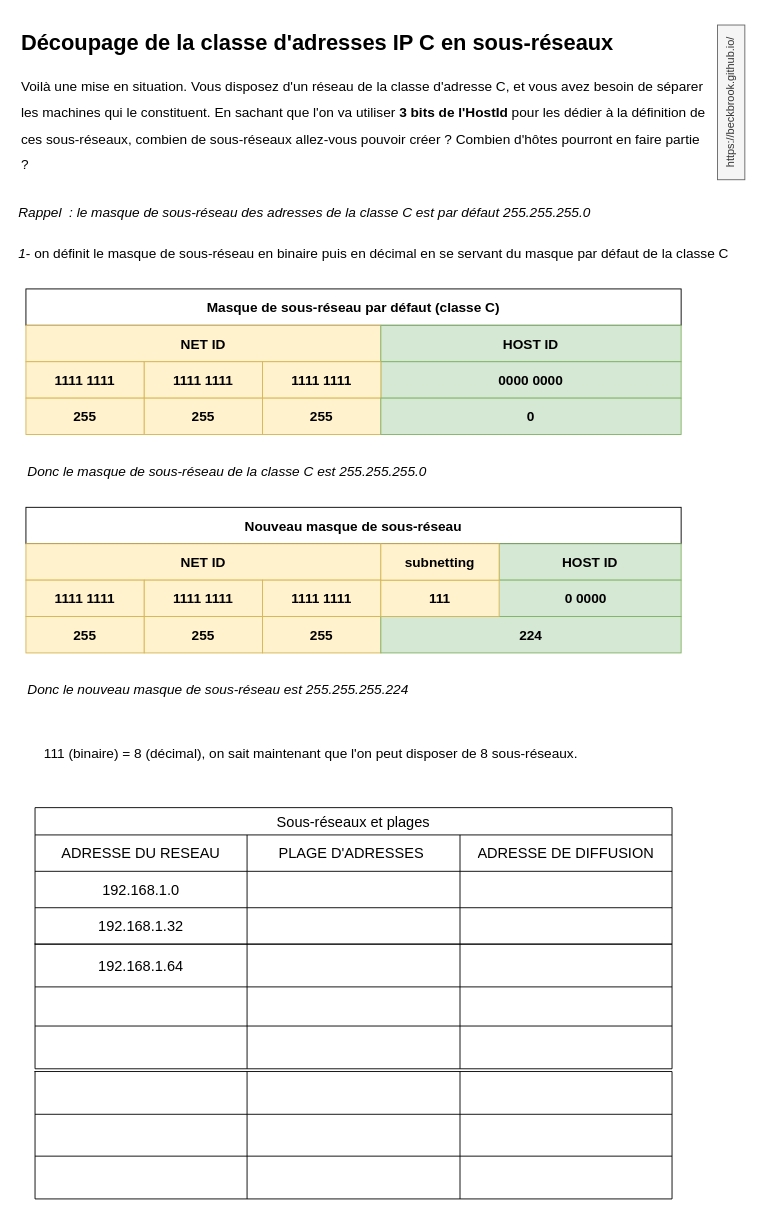
Before: img/masqueSousReseau.drawio in BeckBrook/beckbrook.github.io, a draw.io diagram. Source tidied: cells renumbered, new cells numbered last; positions are measured from the earlier drawing's top-left corner, leaving out a move shared by most shapes. Both pictures are drawn from the tidied source at 91%, with x=0, y=0 at pixel (15, 25).
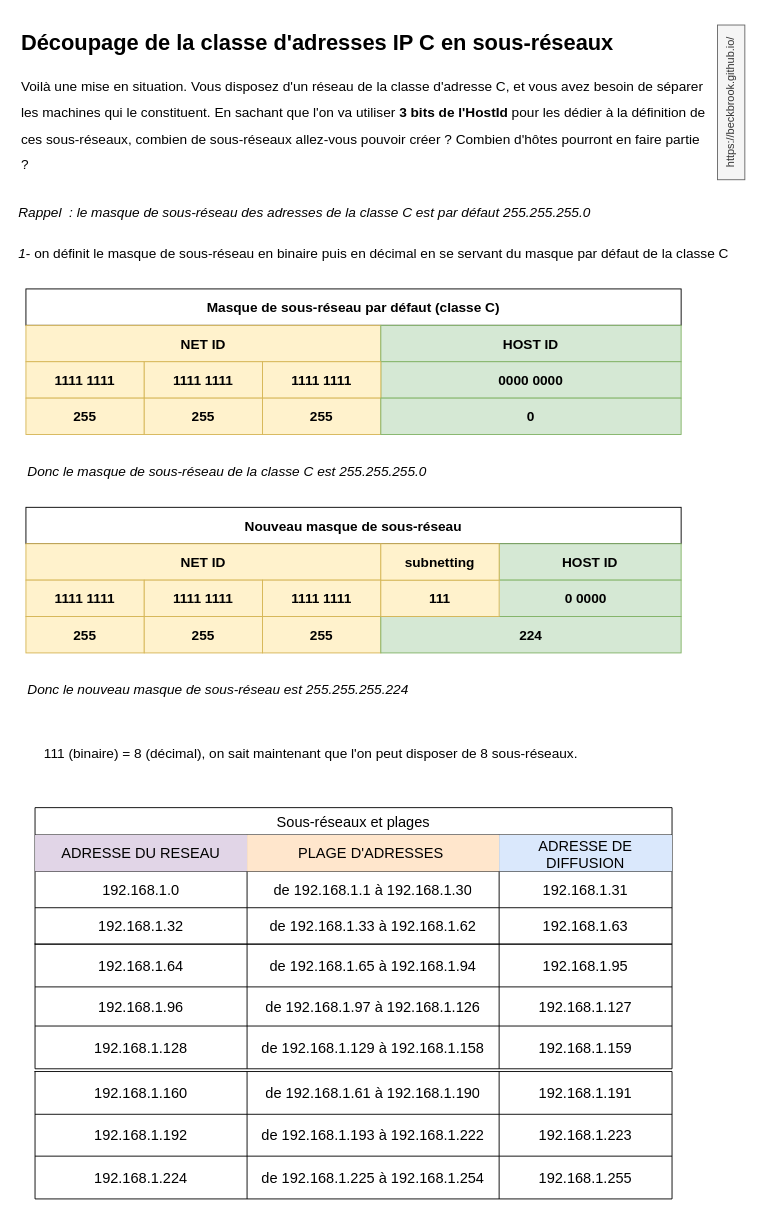
After the change.

Unchanged cells that the change refers to:
```xml
<mxCell id="33" style="shape=tableRow;horizontal=0;startSize=0;swimlaneHead=0;swimlaneBody=0;strokeColor=inherit;top=0;left=0;bottom=0;right=0;fillColor=none;fontSize=16;" parent="32" vertex="1">
  <mxGeometry y="30" width="700" height="40" as="geometry" />
</mxCell>
<mxCell id="37" style="shape=tableRow;horizontal=0;startSize=0;swimlaneHead=0;swimlaneBody=0;strokeColor=inherit;top=0;left=0;bottom=0;right=0;fillColor=none;fontSize=16;" parent="32" vertex="1">
  <mxGeometry y="70" width="700" height="40" as="geometry" />
</mxCell>
<mxCell id="41" style="shape=tableRow;horizontal=0;startSize=0;swimlaneHead=0;swimlaneBody=0;strokeColor=inherit;top=0;left=0;bottom=0;right=0;fillColor=none;fontSize=16;" parent="32" vertex="1">
  <mxGeometry y="110" width="700" height="40" as="geometry" />
</mxCell>
<mxCell id="49" style="shape=tableRow;horizontal=0;startSize=0;swimlaneHead=0;swimlaneBody=0;strokeColor=inherit;top=0;left=0;bottom=0;right=0;fillColor=none;fontSize=16;" parent="48" vertex="1">
  <mxGeometry width="700" height="47" as="geometry" />
</mxCell>
<mxCell id="53" style="shape=tableRow;horizontal=0;startSize=0;swimlaneHead=0;swimlaneBody=0;strokeColor=inherit;top=0;left=0;bottom=0;right=0;fillColor=none;fontSize=16;" parent="48" vertex="1">
  <mxGeometry y="47" width="700" height="43" as="geometry" />
</mxCell>
<mxCell id="57" style="shape=tableRow;horizontal=0;startSize=0;swimlaneHead=0;swimlaneBody=0;strokeColor=inherit;top=0;left=0;bottom=0;right=0;fillColor=none;fontSize=16;" parent="48" vertex="1">
  <mxGeometry y="90" width="700" height="47" as="geometry" />
</mxCell>
<mxCell id="62" style="shape=tableRow;horizontal=0;startSize=0;swimlaneHead=0;swimlaneBody=0;strokeColor=inherit;top=0;left=0;bottom=0;right=0;fillColor=none;fontSize=16;" parent="61" vertex="1">
  <mxGeometry width="700" height="47" as="geometry" />
</mxCell>
<mxCell id="66" style="shape=tableRow;horizontal=0;startSize=0;swimlaneHead=0;swimlaneBody=0;strokeColor=inherit;top=0;left=0;bottom=0;right=0;fillColor=none;fontSize=16;" parent="61" vertex="1">
  <mxGeometry y="47" width="700" height="46" as="geometry" />
</mxCell>
<mxCell id="70" style="shape=tableRow;horizontal=0;startSize=0;swimlaneHead=0;swimlaneBody=0;strokeColor=inherit;top=0;left=0;bottom=0;right=0;fillColor=none;fontSize=16;" parent="61" vertex="1">
  <mxGeometry y="93" width="700" height="47" as="geometry" />
</mxCell>
```

What changed in the source:
```diff
@@
-    <mxCell id="34" value="ADRESSE DU RESEAU" style="shape=partialRectangle;html=1;whiteSpace=wrap;strokeColor=inherit;overflow=hidden;fillColor=none;top=0;left=0;bottom=0;right=0;fontSize=16;" parent="33" vertex="1">
+    <mxCell id="34" value="ADRESSE DU RESEAU" style="shape=partialRectangle;html=1;whiteSpace=wrap;strokeColor=#9673a6;overflow=hidden;fillColor=#e1d5e7;top=0;left=0;bottom=0;right=0;fontSize=16;" parent="33" vertex="1">
       <mxGeometry width="233" height="40" as="geometry" />
     </mxCell>
-    <mxCell id="35" value="PLAGE D'ADRESSES&amp;nbsp;" style="shape=partialRectangle;html=1;whiteSpace=wrap;strokeColor=inherit;overflow=hidden;fillColor=none;top=0;left=0;bottom=0;right=0;fontSize=16;" parent="33" vertex="1">
-      <mxGeometry x="233" width="234" height="40" as="geometry" />
+    <mxCell id="35" value="PLAGE D'ADRESSES&amp;nbsp;" style="shape=partialRectangle;html=1;whiteSpace=wrap;strokeColor=#d79b00;overflow=hidden;fillColor=#ffe6cc;top=0;left=0;bottom=0;right=0;fontSize=16;" parent="33" vertex="1">
+      <mxGeometry x="233" width="277" height="40" as="geometry" />
     </mxCell>
-    <mxCell id="36" value="ADRESSE DE DIFFUSION" style="shape=partialRectangle;html=1;whiteSpace=wrap;strokeColor=inherit;overflow=hidden;fillColor=none;top=0;left=0;bottom=0;right=0;fontSize=16;" parent="33" vertex="1">
-      <mxGeometry x="467" width="233" height="40" as="geometry" />
+    <mxCell id="36" value="ADRESSE DE DIFFUSION" style="shape=partialRectangle;html=1;whiteSpace=wrap;strokeColor=#6c8ebf;overflow=hidden;fillColor=#dae8fc;top=0;left=0;bottom=0;right=0;fontSize=16;" parent="33" vertex="1">
+      <mxGeometry x="510" width="190" height="40" as="geometry" />
     </mxCell>
@@
-    <mxCell id="39" style="shape=partialRectangle;html=1;whiteSpace=wrap;strokeColor=inherit;overflow=hidden;fillColor=none;top=0;left=0;bottom=0;right=0;fontSize=16;" parent="37" vertex="1">
-      <mxGeometry x="233" width="234" height="40" as="geometry" />
+    <mxCell id="39" value="de 192.168.1.1 à 192.168.1.30" style="shape=partialRectangle;html=1;whiteSpace=wrap;strokeColor=inherit;overflow=hidden;fillColor=none;top=0;left=0;bottom=0;right=0;fontSize=16;" parent="37" vertex="1">
+      <mxGeometry x="233" width="277" height="40" as="geometry" />
     </mxCell>
-    <mxCell id="40" style="shape=partialRectangle;html=1;whiteSpace=wrap;strokeColor=inherit;overflow=hidden;fillColor=none;top=0;left=0;bottom=0;right=0;fontSize=16;" parent="37" vertex="1">
-      <mxGeometry x="467" width="233" height="40" as="geometry" />
+    <mxCell id="40" value="192.168.1.31" style="shape=partialRectangle;html=1;whiteSpace=wrap;strokeColor=inherit;overflow=hidden;fillColor=none;top=0;left=0;bottom=0;right=0;fontSize=16;" parent="37" vertex="1">
+      <mxGeometry x="510" width="190" height="40" as="geometry" />
     </mxCell>
@@
-    <mxCell id="43" style="shape=partialRectangle;html=1;whiteSpace=wrap;strokeColor=inherit;overflow=hidden;fillColor=none;top=0;left=0;bottom=0;right=0;fontSize=16;" parent="41" vertex="1">
-      <mxGeometry x="233" width="234" height="40" as="geometry" />
+    <mxCell id="43" value="de 192.168.1.33 à 192.168.1.62" style="shape=partialRectangle;html=1;whiteSpace=wrap;strokeColor=inherit;overflow=hidden;fillColor=none;top=0;left=0;bottom=0;right=0;fontSize=16;" parent="41" vertex="1">
+      <mxGeometry x="233" width="277" height="40" as="geometry" />
     </mxCell>
-    <mxCell id="44" style="shape=partialRectangle;html=1;whiteSpace=wrap;strokeColor=inherit;overflow=hidden;fillColor=none;top=0;left=0;bottom=0;right=0;fontSize=16;" parent="41" vertex="1">
-      <mxGeometry x="467" width="233" height="40" as="geometry" />
+    <mxCell id="44" value="192.168.1.63" style="shape=partialRectangle;html=1;whiteSpace=wrap;strokeColor=inherit;overflow=hidden;fillColor=none;top=0;left=0;bottom=0;right=0;fontSize=16;" parent="41" vertex="1">
+      <mxGeometry x="510" width="190" height="40" as="geometry" />
     </mxCell>
@@
-    <mxCell id="51" style="shape=partialRectangle;html=1;whiteSpace=wrap;strokeColor=inherit;overflow=hidden;fillColor=none;top=0;left=0;bottom=0;right=0;fontSize=16;" parent="49" vertex="1">
-      <mxGeometry x="233" width="234" height="47" as="geometry" />
+    <mxCell id="51" value="de 192.168.1.65 à 192.168.1.94" style="shape=partialRectangle;html=1;whiteSpace=wrap;strokeColor=inherit;overflow=hidden;fillColor=none;top=0;left=0;bottom=0;right=0;fontSize=16;" parent="49" vertex="1">
+      <mxGeometry x="233" width="277" height="47" as="geometry" />
     </mxCell>
-    <mxCell id="52" style="shape=partialRectangle;html=1;whiteSpace=wrap;strokeColor=inherit;overflow=hidden;fillColor=none;top=0;left=0;bottom=0;right=0;fontSize=16;" parent="49" vertex="1">
-      <mxGeometry x="467" width="233" height="47" as="geometry" />
+    <mxCell id="52" value="192.168.1.95" style="shape=partialRectangle;html=1;whiteSpace=wrap;strokeColor=inherit;overflow=hidden;fillColor=none;top=0;left=0;bottom=0;right=0;fontSize=16;" parent="49" vertex="1">
+      <mxGeometry x="510" width="190" height="47" as="geometry" />
     </mxCell>
@@
-    <mxCell id="54" style="shape=partialRectangle;html=1;whiteSpace=wrap;strokeColor=inherit;overflow=hidden;fillColor=none;top=0;left=0;bottom=0;right=0;fontSize=16;" parent="53" vertex="1">
+    <mxCell id="54" value="192.168.1.96" style="shape=partialRectangle;html=1;whiteSpace=wrap;strokeColor=inherit;overflow=hidden;fillColor=none;top=0;left=0;bottom=0;right=0;fontSize=16;" parent="53" vertex="1">
       <mxGeometry width="233" height="43" as="geometry" />
     </mxCell>
-    <mxCell id="55" style="shape=partialRectangle;html=1;whiteSpace=wrap;strokeColor=inherit;overflow=hidden;fillColor=none;top=0;left=0;bottom=0;right=0;fontSize=16;" parent="53" vertex="1">
-      <mxGeometry x="233" width="234" height="43" as="geometry" />
+    <mxCell id="55" value="de 192.168.1.97 à 192.168.1.126" style="shape=partialRectangle;html=1;whiteSpace=wrap;strokeColor=inherit;overflow=hidden;fillColor=none;top=0;left=0;bottom=0;right=0;fontSize=16;" parent="53" vertex="1">
+      <mxGeometry x="233" width="277" height="43" as="geometry" />
     </mxCell>
-    <mxCell id="56" style="shape=partialRectangle;html=1;whiteSpace=wrap;strokeColor=inherit;overflow=hidden;fillColor=none;top=0;left=0;bottom=0;right=0;fontSize=16;" parent="53" vertex="1">
-      <mxGeometry x="467" width="233" height="43" as="geometry" />
+    <mxCell id="56" value="192.168.1.127" style="shape=partialRectangle;html=1;whiteSpace=wrap;strokeColor=inherit;overflow=hidden;fillColor=none;top=0;left=0;bottom=0;right=0;fontSize=16;" parent="53" vertex="1">
+      <mxGeometry x="510" width="190" height="43" as="geometry" />
     </mxCell>
@@
-    <mxCell id="58" style="shape=partialRectangle;html=1;whiteSpace=wrap;strokeColor=inherit;overflow=hidden;fillColor=none;top=0;left=0;bottom=0;right=0;fontSize=16;" parent="57" vertex="1">
+    <mxCell id="58" value="192.168.1.128" style="shape=partialRectangle;html=1;whiteSpace=wrap;strokeColor=inherit;overflow=hidden;fillColor=none;top=0;left=0;bottom=0;right=0;fontSize=16;" parent="57" vertex="1">
       <mxGeometry width="233" height="47" as="geometry" />
     </mxCell>
-    <mxCell id="59" style="shape=partialRectangle;html=1;whiteSpace=wrap;strokeColor=inherit;overflow=hidden;fillColor=none;top=0;left=0;bottom=0;right=0;fontSize=16;" parent="57" vertex="1">
-      <mxGeometry x="233" width="234" height="47" as="geometry" />
+    <mxCell id="59" value="de 192.168.1.129 à 192.168.1.158" style="shape=partialRectangle;html=1;whiteSpace=wrap;strokeColor=inherit;overflow=hidden;fillColor=none;top=0;left=0;bottom=0;right=0;fontSize=16;" parent="57" vertex="1">
+      <mxGeometry x="233" width="277" height="47" as="geometry" />
     </mxCell>
-    <mxCell id="60" style="shape=partialRectangle;html=1;whiteSpace=wrap;strokeColor=inherit;overflow=hidden;fillColor=none;top=0;left=0;bottom=0;right=0;fontSize=16;" parent="57" vertex="1">
-      <mxGeometry x="467" width="233" height="47" as="geometry" />
+    <mxCell id="60" value="192.168.1.159" style="shape=partialRectangle;html=1;whiteSpace=wrap;strokeColor=inherit;overflow=hidden;fillColor=none;top=0;left=0;bottom=0;right=0;fontSize=16;" parent="57" vertex="1">
+      <mxGeometry x="510" width="190" height="47" as="geometry" />
     </mxCell>
@@
-    <mxCell id="63" style="shape=partialRectangle;html=1;whiteSpace=wrap;strokeColor=inherit;overflow=hidden;fillColor=none;top=0;left=0;bottom=0;right=0;fontSize=16;" parent="62" vertex="1">
+    <mxCell id="63" value="192.168.1.160" style="shape=partialRectangle;html=1;whiteSpace=wrap;strokeColor=inherit;overflow=hidden;fillColor=none;top=0;left=0;bottom=0;right=0;fontSize=16;" parent="62" vertex="1">
       <mxGeometry width="233" height="47" as="geometry" />
     </mxCell>
-    <mxCell id="64" style="shape=partialRectangle;html=1;whiteSpace=wrap;strokeColor=inherit;overflow=hidden;fillColor=none;top=0;left=0;bottom=0;right=0;fontSize=16;" parent="62" vertex="1">
-      <mxGeometry x="233" width="234" height="47" as="geometry" />
+    <mxCell id="64" value="de 192.168.1.61 à 192.168.1.190" style="shape=partialRectangle;html=1;whiteSpace=wrap;strokeColor=inherit;overflow=hidden;fillColor=none;top=0;left=0;bottom=0;right=0;fontSize=16;" parent="62" vertex="1">
+      <mxGeometry x="233" width="277" height="47" as="geometry" />
     </mxCell>
-    <mxCell id="65" style="shape=partialRectangle;html=1;whiteSpace=wrap;strokeColor=inherit;overflow=hidden;fillColor=none;top=0;left=0;bottom=0;right=0;fontSize=16;" parent="62" vertex="1">
-      <mxGeometry x="467" width="233" height="47" as="geometry" />
+    <mxCell id="65" value="192.168.1.191" style="shape=partialRectangle;html=1;whiteSpace=wrap;strokeColor=inherit;overflow=hidden;fillColor=none;top=0;left=0;bottom=0;right=0;fontSize=16;" parent="62" vertex="1">
+      <mxGeometry x="510" width="190" height="47" as="geometry" />
     </mxCell>
@@
-    <mxCell id="67" style="shape=partialRectangle;html=1;whiteSpace=wrap;strokeColor=inherit;overflow=hidden;fillColor=none;top=0;left=0;bottom=0;right=0;fontSize=16;" parent="66" vertex="1">
+    <mxCell id="67" value="192.168.1.192" style="shape=partialRectangle;html=1;whiteSpace=wrap;strokeColor=inherit;overflow=hidden;fillColor=none;top=0;left=0;bottom=0;right=0;fontSize=16;" parent="66" vertex="1">
       <mxGeometry width="233" height="46" as="geometry" />
     </mxCell>
-    <mxCell id="68" style="shape=partialRectangle;html=1;whiteSpace=wrap;strokeColor=inherit;overflow=hidden;fillColor=none;top=0;left=0;bottom=0;right=0;fontSize=16;" parent="66" vertex="1">
-      <mxGeometry x="233" width="234" height="46" as="geometry" />
+    <mxCell id="68" value="de 192.168.1.193 à 192.168.1.222" style="shape=partialRectangle;html=1;whiteSpace=wrap;strokeColor=inherit;overflow=hidden;fillColor=none;top=0;left=0;bottom=0;right=0;fontSize=16;" parent="66" vertex="1">
+      <mxGeometry x="233" width="277" height="46" as="geometry" />
     </mxCell>
-    <mxCell id="69" style="shape=partialRectangle;html=1;whiteSpace=wrap;strokeColor=inherit;overflow=hidden;fillColor=none;top=0;left=0;bottom=0;right=0;fontSize=16;" parent="66" vertex="1">
-      <mxGeometry x="467" width="233" height="46" as="geometry" />
+    <mxCell id="69" value="192.168.1.223" style="shape=partialRectangle;html=1;whiteSpace=wrap;strokeColor=inherit;overflow=hidden;fillColor=none;top=0;left=0;bottom=0;right=0;fontSize=16;" parent="66" vertex="1">
+      <mxGeometry x="510" width="190" height="46" as="geometry" />
     </mxCell>
@@
-    <mxCell id="71" style="shape=partialRectangle;html=1;whiteSpace=wrap;strokeColor=inherit;overflow=hidden;fillColor=none;top=0;left=0;bottom=0;right=0;fontSize=16;" parent="70" vertex="1">
+    <mxCell id="71" value="192.168.1.224" style="shape=partialRectangle;html=1;whiteSpace=wrap;strokeColor=inherit;overflow=hidden;fillColor=none;top=0;left=0;bottom=0;right=0;fontSize=16;" parent="70" vertex="1">
       <mxGeometry width="233" height="47" as="geometry" />
     </mxCell>
-    <mxCell id="72" style="shape=partialRectangle;html=1;whiteSpace=wrap;strokeColor=inherit;overflow=hidden;fillColor=none;top=0;left=0;bottom=0;right=0;fontSize=16;" parent="70" vertex="1">
-      <mxGeometry x="233" width="234" height="47" as="geometry" />
+    <mxCell id="72" value="de 192.168.1.225 à 192.168.1.254" style="shape=partialRectangle;html=1;whiteSpace=wrap;strokeColor=inherit;overflow=hidden;fillColor=none;top=0;left=0;bottom=0;right=0;fontSize=16;" parent="70" vertex="1">
+      <mxGeometry x="233" width="277" height="47" as="geometry" />
     </mxCell>
-    <mxCell id="73" style="shape=partialRectangle;html=1;whiteSpace=wrap;strokeColor=inherit;overflow=hidden;fillColor=none;top=0;left=0;bottom=0;right=0;fontSize=16;" parent="70" vertex="1">
-      <mxGeometry x="467" width="233" height="47" as="geometry" />
+    <mxCell id="73" value="192.168.1.255" style="shape=partialRectangle;html=1;whiteSpace=wrap;strokeColor=inherit;overflow=hidden;fillColor=none;top=0;left=0;bottom=0;right=0;fontSize=16;" parent="70" vertex="1">
+      <mxGeometry x="510" width="190" height="47" as="geometry" />
     </mxCell>
```
